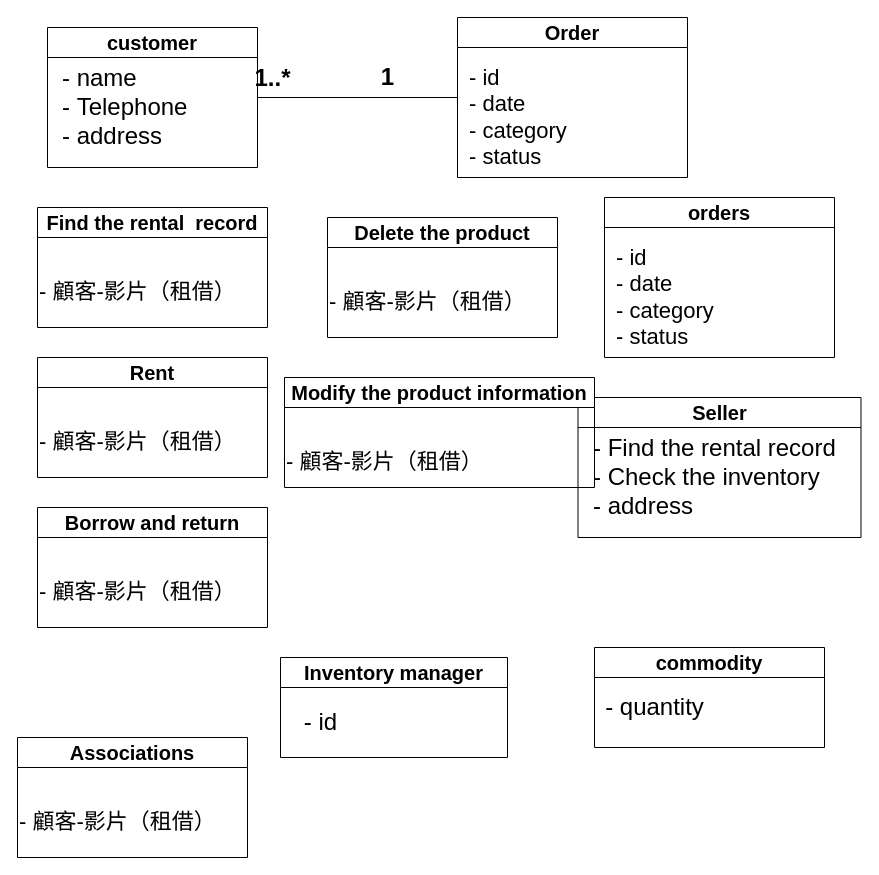
This is page "第1頁" (1 of 2) of answer.drawio from as37470317/112-2Finalproject, a draw.io file, before an edit. Source tidied: cells renumbered, new cells numbered last; positions are measured from the earlier drawing's top-left corner, leaving out a move shared by most shapes. Both pictures are drawn from the tidied source at 100%, with x=0, y=0 at pixel (17, 17).
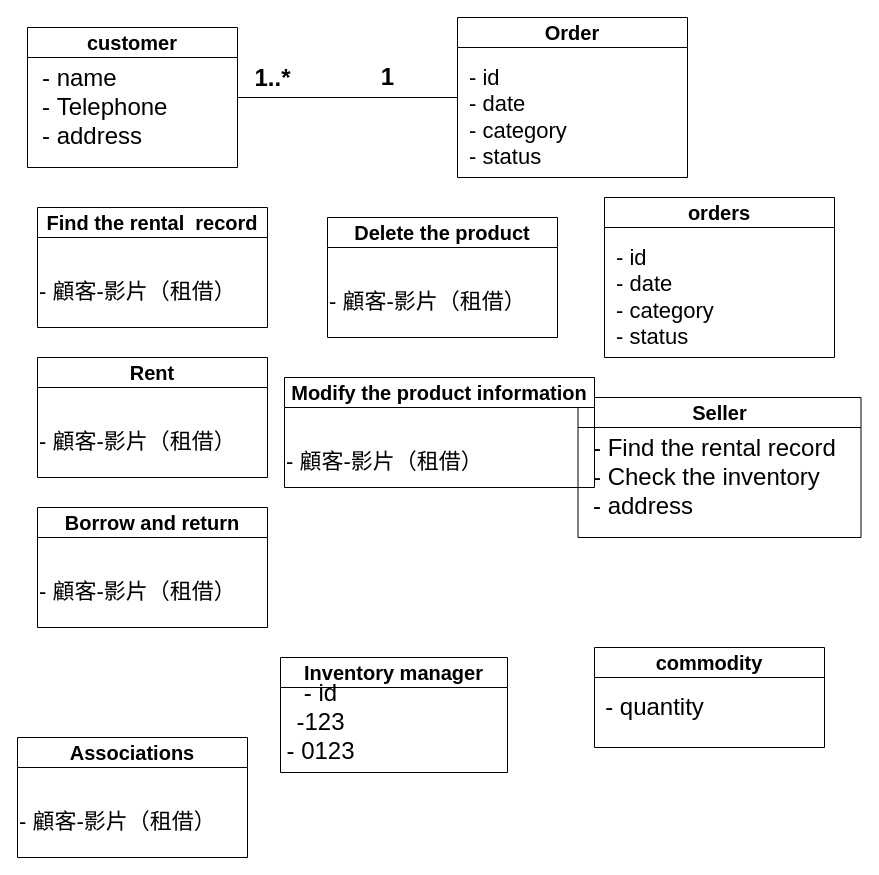
The same diagram, later.

Diff of the diagram source:
```diff
@@
     <mxCell id="9" value="&lt;font style=&quot;font-size: 20px;&quot;&gt;customer&lt;/font&gt;" style="swimlane;whiteSpace=wrap;html=1;startSize=30;" parent="1" vertex="1">
-      <mxGeometry x="30" y="10" width="210" height="140" as="geometry" />
+      <mxGeometry x="10" y="10" width="210" height="140" as="geometry" />
     </mxCell>
@@
     <mxCell id="11" value="&lt;font style=&quot;font-size: 20px;&quot;&gt;Inventory manager&lt;/font&gt;" style="swimlane;whiteSpace=wrap;html=1;startSize=30;" parent="1" vertex="1">
-      <mxGeometry x="263" y="640" width="227" height="100" as="geometry" />
+      <mxGeometry x="263" y="640" width="227" height="115" as="geometry" />
     </mxCell>
-    <mxCell id="12" value="&lt;font style=&quot;font-size: 24px;&quot;&gt;- id&lt;/font&gt;" style="text;html=1;align=center;verticalAlign=middle;strokeColor=none;fillColor=none;" parent="11" vertex="1">
-      <mxGeometry x="10" y="45" width="60" height="40" as="geometry" />
+    <mxCell id="12" value="&lt;font style=&quot;font-size: 24px;&quot;&gt;- id&lt;br&gt;-123&lt;br&gt;- 0123&lt;br&gt;&lt;/font&gt;" style="text;html=1;align=center;verticalAlign=middle;strokeColor=none;fillColor=none;" parent="11" vertex="1">
+      <mxGeometry x="-5" y="15" width="90" height="100" as="geometry" />
     </mxCell>
```
